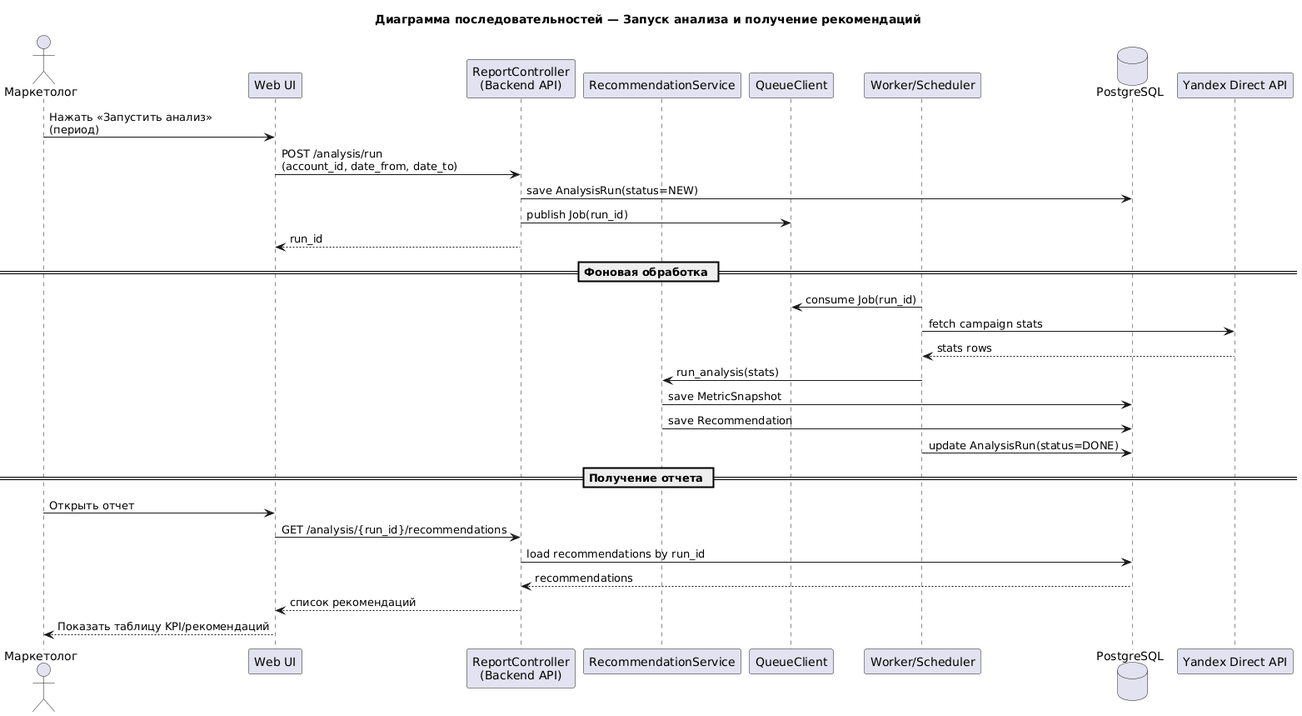
Before: lab3/lab3-3.png, a diagram exported from PlantUML (qwertyFrager/hse-ris-22-4-architecture-labs). Its diagram source:
```plantuml
@startuml
title Диаграмма последовательностей — Запуск анализа и получение рекомендаций

actor "Маркетолог" as U
participant "Web UI" as UI
participant "ReportController\n(Backend API)" as C
participant "RecommendationService" as S
participant "QueueClient" as Q
participant "Worker/Scheduler" as W
database "PostgreSQL" as DB
participant "Yandex Direct API" as YA

U -> UI : Нажать «Запустить анализ»\n(период)
UI -> C : POST /analysis/run\n(account_id, date_from, date_to)

C -> DB : save AnalysisRun(status=NEW)
C -> Q : publish Job(run_id)
C --> UI : run_id

== Фоновая обработка ==
W -> Q : consume Job(run_id)
W -> YA : fetch campaign stats
YA --> W : stats rows
W -> S : run_analysis(stats)
S -> DB : save MetricSnapshot
S -> DB : save Recommendation
W -> DB : update AnalysisRun(status=DONE)

== Получение отчета ==
U -> UI : Открыть отчет
UI -> C : GET /analysis/{run_id}/recommendations
C -> DB : load recommendations by run_id
DB --> C : recommendations
C --> UI : список рекомендаций
UI --> U : Показать таблицу KPI/рекомендаций
@enduml
```
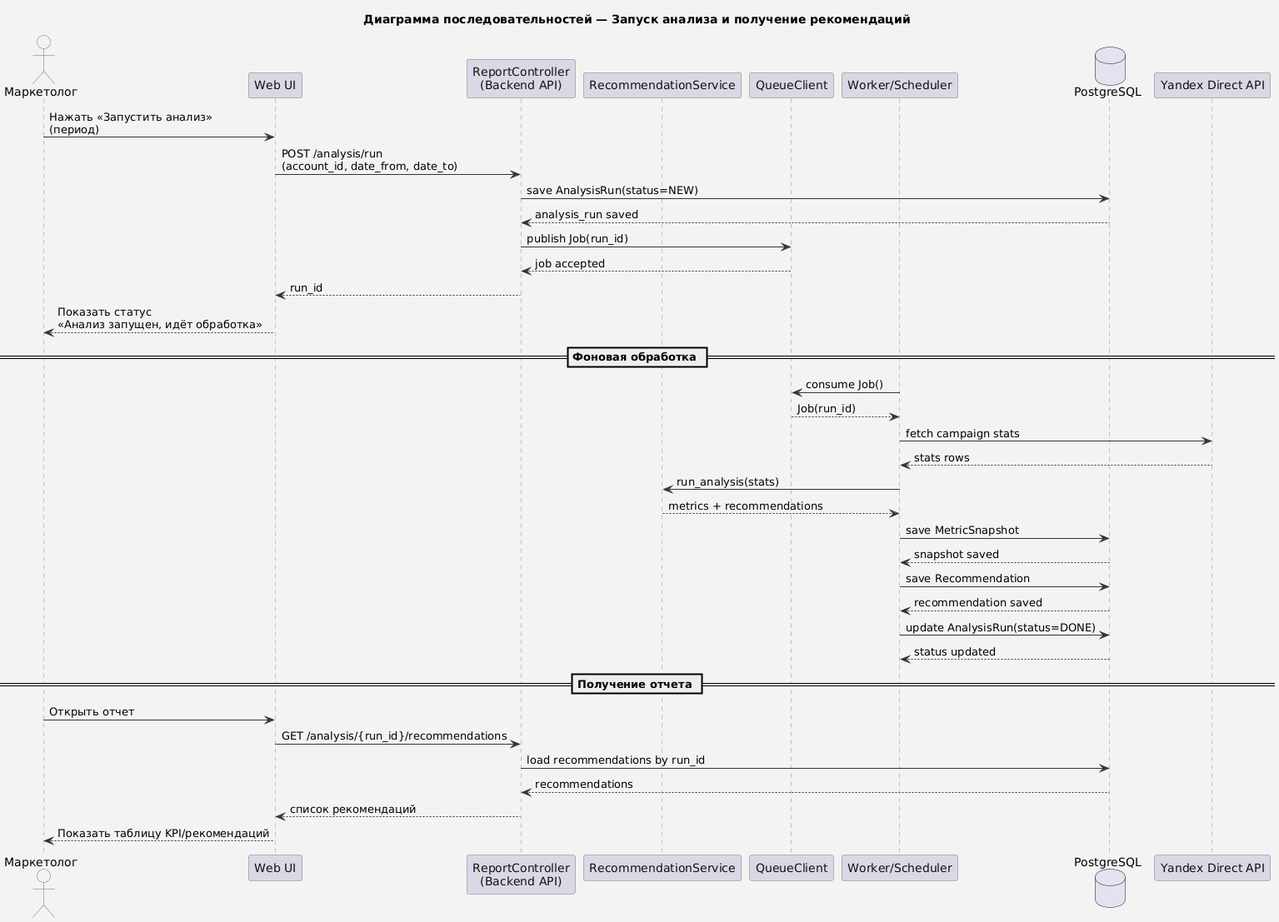
After the change.

Change to the diagram source:
```diff
@@ -1,36 +1,72 @@
 @startuml
 title Диаграмма последовательностей — Запуск анализа и получение рекомендаций
 
-actor "Маркетолог" as U
-participant "Web UI" as UI
-participant "ReportController\n(Backend API)" as C
-participant "RecommendationService" as S
-participant "QueueClient" as Q
-participant "Worker/Scheduler" as W
-database "PostgreSQL" as DB
-participant "Yandex Direct API" as YA
+skinparam backgroundColor #f3f3f3
+skinparam shadowing false
+skinparam defaultFontName Arial
+skinparam sequence {
+    ArrowColor #333333
+    LifeLineBorderColor #888888
+    LifeLineBackgroundColor #f3f3f3
+    ParticipantBorderColor #777777
+    ParticipantBackgroundColor #d9d9e6
+    ParticipantFontColor #111111
+    ActorBorderColor #777777
+    ActorBackgroundColor #f3f3f3
+}
+skinparam NoteBackgroundColor #f3f3f3
+skinparam NoteBorderColor #666666
+skinparam BoxPadding 10
 
-U -> UI : Нажать «Запустить анализ»\n(период)
-UI -> C : POST /analysis/run\n(account_id, date_from, date_to)
+actor "Маркетолог" as marketer
+participant "Web UI" as web
+participant "ReportController\n(Backend API)" as controller
+participant "RecommendationService" as recsvc
+participant "QueueClient" as queue
+participant "Worker/Scheduler" as worker
+database "PostgreSQL" as db
+participant "Yandex Direct API" as direct
 
-C -> DB : save AnalysisRun(status=NEW)
-C -> Q : publish Job(run_id)
-C --> UI : run_id
+marketer -> web : Нажать «Запустить анализ»\n(период)
+web -> controller : POST /analysis/run\n(account_id, date_from, date_to)
+
+controller -> db : save AnalysisRun(status=NEW)
+db --> controller : analysis_run saved
+
+controller -> queue : publish Job(run_id)
+queue --> controller : job accepted
+
+controller --> web : run_id
+web --> marketer : Показать статус\n«Анализ запущен, идёт обработка»
 
 == Фоновая обработка ==
-W -> Q : consume Job(run_id)
-W -> YA : fetch campaign stats
-YA --> W : stats rows
-W -> S : run_analysis(stats)
-S -> DB : save MetricSnapshot
-S -> DB : save Recommendation
-W -> DB : update AnalysisRun(status=DONE)
+
+worker -> queue : consume Job()
+queue --> worker : Job(run_id)
+
+worker -> direct : fetch campaign stats
+direct --> worker : stats rows
+
+worker -> recsvc : run_analysis(stats)
+recsvc --> worker : metrics + recommendations
+
+worker -> db : save MetricSnapshot
+db --> worker : snapshot saved
+
+worker -> db : save Recommendation
+db --> worker : recommendation saved
+
+worker -> db : update AnalysisRun(status=DONE)
+db --> worker : status updated
 
 == Получение отчета ==
-U -> UI : Открыть отчет
-UI -> C : GET /analysis/{run_id}/recommendations
-C -> DB : load recommendations by run_id
-DB --> C : recommendations
-C --> UI : список рекомендаций
-UI --> U : Показать таблицу KPI/рекомендаций
+
+marketer -> web : Открыть отчет
+web -> controller : GET /analysis/{run_id}/recommendations
+
+controller -> db : load recommendations by run_id
+db --> controller : recommendations
+
+controller --> web : список рекомендаций
+web --> marketer : Показать таблицу KPI/рекомендаций
 @enduml
```
